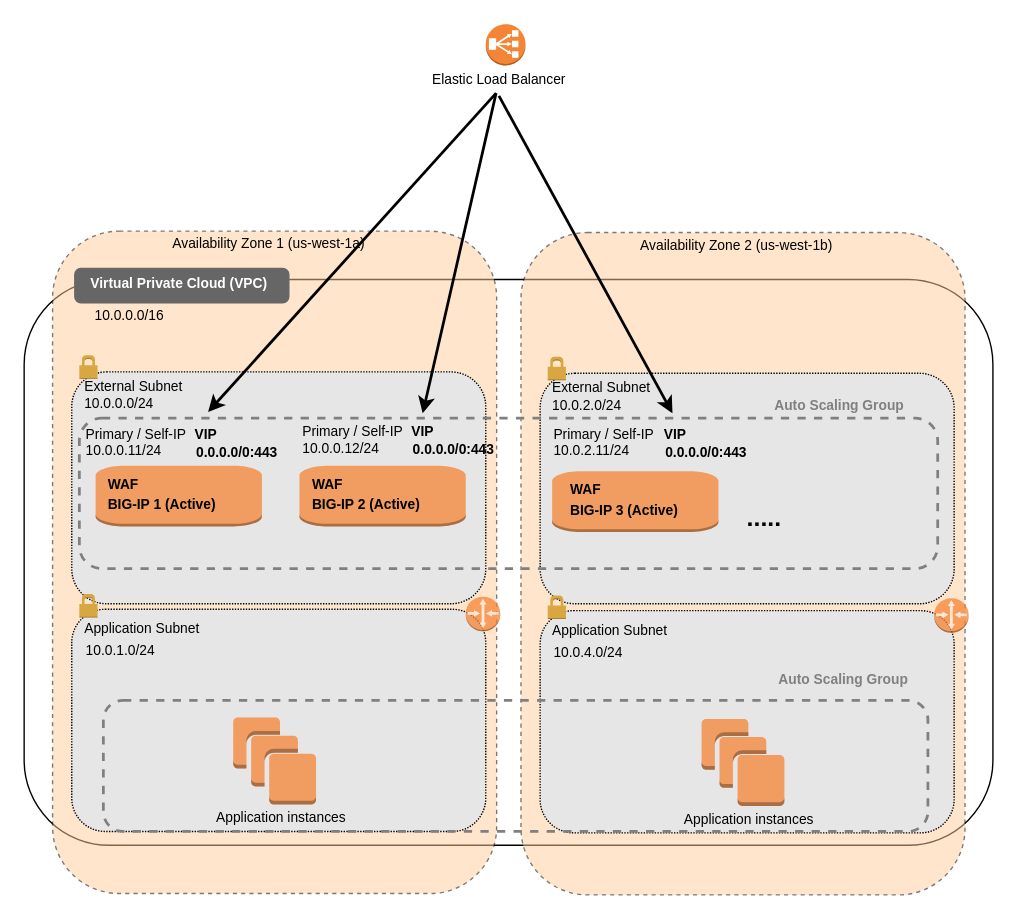
Earlier version of the draw.io diagram examples/autoscale/payg/diagram.drawio (F5Networks/f5-aws-cloudformation-v2). Source tidied: cells renumbered, new cells numbered last; positions are measured from the earlier drawing's top-left corner, leaving out a move shared by most shapes. Both pictures are drawn from the tidied source at 138%, with x=0, y=0 at pixel (23, 23).
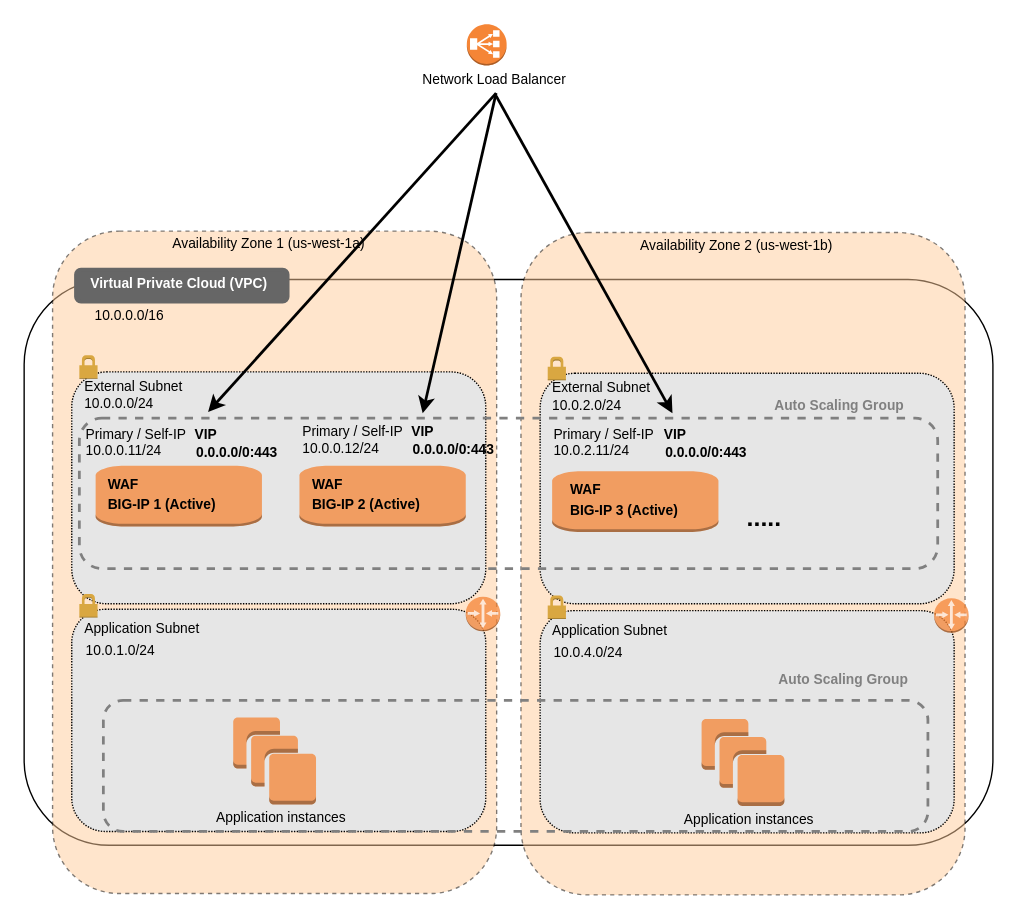
The same page after the edit.

Commit message (it also covers changes not shown here):
Modified READMEs and diagrams to properly reference NLB Modified READMEs to remove telemetry pre-reqs and update customization instructions

The change refers to these unchanged cells:
```xml
<mxCell id="46" style="rounded=1;whiteSpace=wrap;html=1;fillColor=none;dashed=1;strokeColor=#808080;strokeWidth=2;" parent="1" vertex="1">
  <mxGeometry x="40" y="285.5" width="622" height="109" as="geometry" />
</mxCell>
```

The edit, as a diff of the source:
```diff
@@
-    <mxCell id="40" style="endArrow=classic;html=1;strokeWidth=2;entryX=0.691;entryY=-0.032;entryDx=0;entryDy=0;entryPerimeter=0;exitX=0.456;exitY=1.1;exitDx=0;exitDy=0;exitPerimeter=0;" parent="1" edge="1" source="49" target="46">
-      <mxGeometry relative="1" as="geometry" />
+    <mxCell id="40" style="endArrow=classic;html=1;strokeWidth=2;entryX=0.691;entryY=-0.032;entryDx=0;entryDy=0;entryPerimeter=0;" parent="1" edge="1" target="46">
+      <mxGeometry relative="1" as="geometry">
+        <mxPoint x="342" y="52" as="sourcePoint" />
+      </mxGeometry>
     </mxCell>
@@
     <mxCell id="48" style="dashed=0;verticalLabelPosition=bottom;verticalAlign=top;align=center;html=1;shape=mxgraph.aws3.classic_load_balancer;fillColor=#F58536;gradientColor=none;" parent="1" vertex="1">
-      <mxGeometry x="334.5" width="28.8" height="30" as="geometry" />
+      <mxGeometry x="320.8" width="28.8" height="30" as="geometry" />
     </mxCell>
-    <mxCell id="49" value="&lt;font style=&quot;font-size: 10px&quot;&gt;Elastic Load Balancer&lt;/font&gt;" style="text;html=1;align=left;verticalAlign=middle;points=[];" parent="1" vertex="1">
-      <mxGeometry x="293.9" y="30" width="110" height="20" as="geometry" />
+    <mxCell id="49" value="&lt;font style=&quot;font-size: 10px&quot;&gt;Network Load Balancer&lt;/font&gt;" style="text;html=1;align=left;verticalAlign=middle;points=[];" parent="1" vertex="1">
+      <mxGeometry x="286.9" y="30" width="120" height="20" as="geometry" />
     </mxCell>
```
